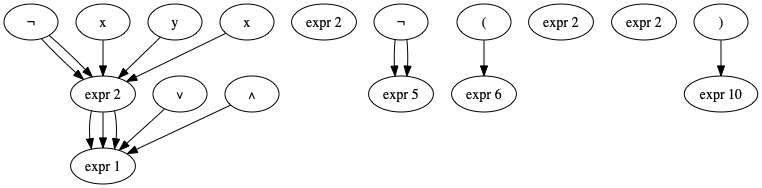
jotagarciaz/representacion-del-conocimiento keeps this Graphviz diagram as Digraph.gv.png. Above is the earlier version. Its source is kept beside it as Digraph.gv.
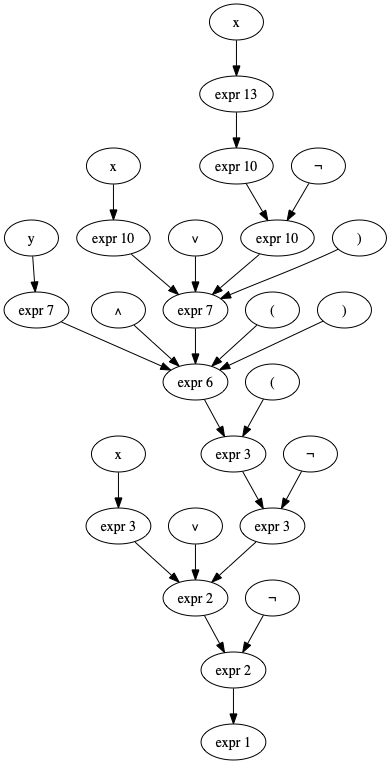
Later version of the same file.

Change to the diagram source:
```diff
@@ -1,35 +1,55 @@
 digraph {
-	1 [label="expr 1"]
-	2 [label="expr 2"]
+	"expr 1" [label="expr 1"]
+	"superior 2" [label="expr 2"]
+	"expr 2" [label="expr 2"]
 	"not 2" [label="¬"]
-	"not 2" [label="¬"]
-	"not 2" -> 2
-	"not 2" -> 2
-	3 [label="expr 2"]
+	"not 2" -> "superior 2"
+	"expr 2" -> "superior 2"
+	"superior 2" -> "expr 1"
+	"expr 3" [label="expr 3"]
 	"const 3" [label=x]
-	"const 3" -> 2
-	2 -> 1
+	"const 3" -> "expr 3"
+	"expr 3" -> "expr 2"
 	"op 4" [label="∨"]
-	"op 4" -> 1
-	5 [label="expr 5"]
+	"op 4" -> "expr 2"
+	"superior 5" [label="expr 3"]
+	"expr 5" [label="expr 3"]
 	"not 5" [label="¬"]
-	"not 5" [label="¬"]
-	"not 5" -> 5
-	"not 5" -> 5
-	6 [label="expr 6"]
+	"not 5" -> "superior 5"
+	"expr 5" -> "superior 5"
+	"superior 5" -> "expr 2"
+	"expr 6" [label="expr 6"]
 	"lparen 6" [label="("]
-	"lparen 6" -> 6
-	7 [label="expr 2"]
+	"lparen 6" -> "expr 5"
+	"expr 6" -> "expr 5"
+	"expr 7" [label="expr 7"]
 	"const 7" [label=y]
-	"const 7" -> 2
-	2 -> 1
+	"const 7" -> "expr 7"
+	"expr 7" -> "expr 6"
 	"op 8" [label="∧"]
-	"op 8" -> 1
-	9 [label="expr 2"]
-	"const 9" [label=x]
-	"const 9" -> 2
-	2 -> 1
-	10 [label="expr 10"]
-	"rparen 10" [label=")"]
-	"rparen 10" -> 10
+	"op 8" -> "expr 6"
+	"expr 9" [label="expr 7"]
+	"lparen 9" [label="("]
+	"lparen 9" -> "expr 6"
+	"expr 9" -> "expr 6"
+	"expr 10" [label="expr 10"]
+	"const 10" [label=x]
+	"const 10" -> "expr 10"
+	"expr 10" -> "expr 9"
+	"op 11" [label="∨"]
+	"op 11" -> "expr 9"
+	"superior 12" [label="expr 10"]
+	"expr 12" [label="expr 10"]
+	"not 12" [label="¬"]
+	"not 12" -> "superior 12"
+	"expr 12" -> "superior 12"
+	"superior 12" -> "expr 9"
+	"expr 13" [label="expr 13"]
+	"const 13" [label=x]
+	"const 13" -> "expr 13"
+	"expr 13" -> "expr 12"
+	"rparen 14" [label=")"]
+	"rparen 14" -> "expr 9"
+	"rparen 15" [label=")"]
+	"rparen 15" -> "expr 6"
 }
```
